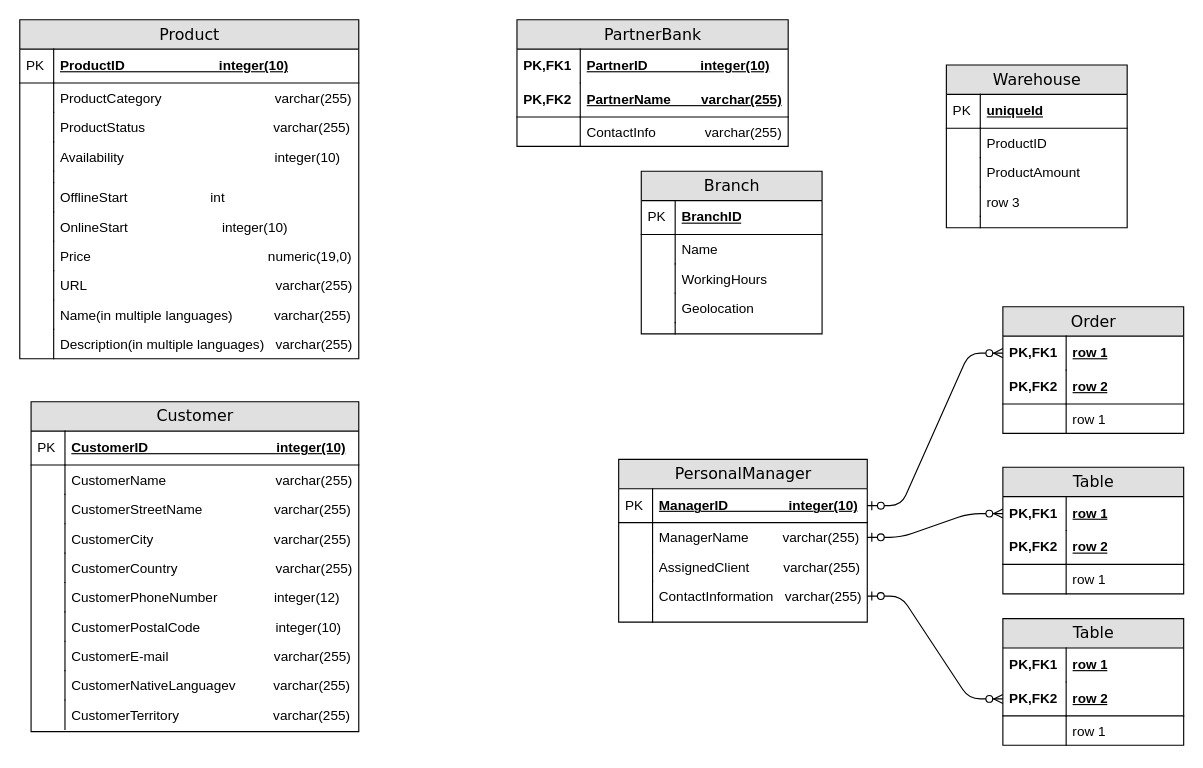
marymakayeva/Practise_project keeps this draw.io diagram as ER for bank.drawio. Above is the earlier version. Source tidied: cells renumbered, new cells numbered last; positions are measured from the earlier drawing's top-left corner, leaving out a move shared by most shapes. Both pictures are drawn from the tidied source at 113%, with x=0, y=0 at pixel (19, 19).
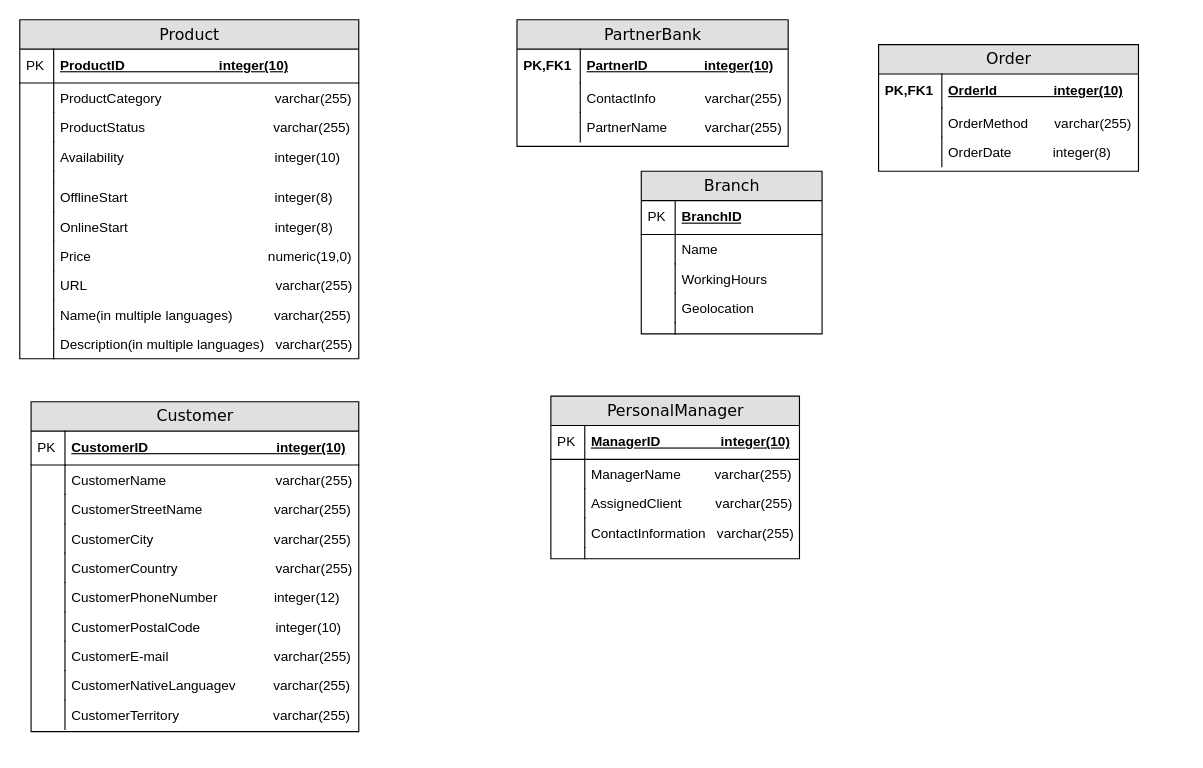
The same diagram, later.

Unchanged cells that the change refers to:
```xml
<mxCell id="25" value="ManagerID&amp;nbsp; &amp;nbsp; &amp;nbsp; &amp;nbsp; &amp;nbsp; &amp;nbsp; &amp;nbsp; &amp;nbsp; integer(10)" style="shape=partialRectangle;top=0;left=0;right=0;bottom=1;html=1;align=left;verticalAlign=middle;fillColor=none;spacingLeft=34;spacingRight=4;whiteSpace=wrap;overflow=hidden;points=[[0,0.5],[1,0.5]];portConstraint=eastwest;fontStyle=5;" parent="24" vertex="1">
  <mxGeometry y="26" width="220" height="30" as="geometry" />
</mxCell>
<mxCell id="27" value="ManagerName&amp;nbsp; &amp;nbsp; &amp;nbsp; &amp;nbsp; &amp;nbsp;varchar(255)" style="shape=partialRectangle;top=0;left=0;right=0;bottom=0;html=1;align=left;verticalAlign=top;fillColor=none;spacingLeft=34;spacingRight=4;whiteSpace=wrap;overflow=hidden;points=[[0,0.5],[1,0.5]];portConstraint=eastwest;" parent="24" vertex="1">
  <mxGeometry y="56" width="220" height="26" as="geometry" />
</mxCell>
<mxCell id="31" value="ContactInformation&amp;nbsp; &amp;nbsp;varchar(255)" style="shape=partialRectangle;top=0;left=0;right=0;bottom=0;html=1;align=left;verticalAlign=top;fillColor=none;spacingLeft=34;spacingRight=4;whiteSpace=wrap;overflow=hidden;points=[[0,0.5],[1,0.5]];portConstraint=eastwest;" parent="24" vertex="1">
  <mxGeometry y="108" width="220" height="26" as="geometry" />
</mxCell>
<mxCell id="42" value="PartnerBank" style="swimlane;html=1;fontStyle=0;horizontal=1;startSize=26;fillColor=#e0e0e0;swimlaneFillColor=#ffffff;align=center;rounded=0;shadow=0;comic=0;labelBackgroundColor=none;strokeWidth=1;fontFamily=Verdana;fontSize=14;" parent="1" vertex="1">
  <mxGeometry x="440" width="240" height="112" as="geometry" />
</mxCell>
<mxCell id="87" value="Product" style="swimlane;html=1;fontStyle=0;horizontal=1;startSize=26;fillColor=#e0e0e0;swimlaneFillColor=#ffffff;align=center;rounded=0;shadow=0;comic=0;labelBackgroundColor=none;strokeWidth=1;fontFamily=Verdana;fontSize=14;swimlaneLine=1;" parent="1" vertex="1">
  <mxGeometry width="300" height="300" as="geometry" />
</mxCell>
```

What changed in the source:
```diff
@@
-    <mxCell id="13" value="Warehouse" style="swimlane;html=1;fontStyle=0;horizontal=1;startSize=26;fillColor=#e0e0e0;swimlaneFillColor=#ffffff;align=center;rounded=0;shadow=0;comic=0;labelBackgroundColor=none;strokeWidth=1;fontFamily=Verdana;fontSize=14;" parent="1" vertex="1">
-      <mxGeometry x="820" y="40" width="160" height="144" as="geometry" />
-    </mxCell>
-    <mxCell id="14" value="uniqueId" style="shape=partialRectangle;top=0;left=0;right=0;bottom=1;html=1;align=left;verticalAlign=middle;fillColor=none;spacingLeft=34;spacingRight=4;whiteSpace=wrap;overflow=hidden;fontStyle=5;" parent="13" vertex="1">
-      <mxGeometry y="26" width="160" height="30" as="geometry" />
-    </mxCell>
-    <mxCell id="15" value="PK" style="shape=partialRectangle;top=0;left=0;bottom=0;html=1;fillColor=none;align=left;verticalAlign=middle;spacingLeft=4;spacingRight=4;whiteSpace=wrap;overflow=hidden;" parent="14" vertex="1">
-      <mxGeometry width="30" height="30" as="geometry" />
-    </mxCell>
-    <mxCell id="16" value="ProductID" style="shape=partialRectangle;top=0;left=0;right=0;bottom=0;html=1;align=left;verticalAlign=top;fillColor=none;spacingLeft=34;spacingRight=4;whiteSpace=wrap;overflow=hidden;" parent="13" vertex="1">
-      <mxGeometry y="56" width="160" height="26" as="geometry" />
-    </mxCell>
-    <mxCell id="17" style="shape=partialRectangle;top=0;left=0;bottom=0;html=1;fillColor=none;align=left;verticalAlign=top;spacingLeft=4;spacingRight=4;whiteSpace=wrap;overflow=hidden;" parent="16" vertex="1">
-      <mxGeometry width="30" height="26" as="geometry" />
-    </mxCell>
-    <mxCell id="18" value="ProductAmount" style="shape=partialRectangle;top=0;left=0;right=0;bottom=0;html=1;align=left;verticalAlign=top;fillColor=none;spacingLeft=34;spacingRight=4;whiteSpace=wrap;overflow=hidden;" parent="13" vertex="1">
-      <mxGeometry y="82" width="160" height="26" as="geometry" />
-    </mxCell>
-    <mxCell id="19" style="shape=partialRectangle;top=0;left=0;bottom=0;html=1;fillColor=none;align=left;verticalAlign=top;spacingLeft=4;spacingRight=4;whiteSpace=wrap;overflow=hidden;" parent="18" vertex="1">
-      <mxGeometry width="30" height="26" as="geometry" />
-    </mxCell>
-    <mxCell id="20" value="row 3" style="shape=partialRectangle;top=0;left=0;right=0;bottom=0;html=1;align=left;verticalAlign=top;fillColor=none;spacingLeft=34;spacingRight=4;whiteSpace=wrap;overflow=hidden;" parent="13" vertex="1">
-      <mxGeometry y="108" width="160" height="26" as="geometry" />
-    </mxCell>
-    <mxCell id="21" style="shape=partialRectangle;top=0;left=0;bottom=0;html=1;fillColor=none;align=left;verticalAlign=top;spacingLeft=4;spacingRight=4;whiteSpace=wrap;overflow=hidden;" parent="20" vertex="1">
-      <mxGeometry width="30" height="26" as="geometry" />
-    </mxCell>
-    <mxCell id="22" style="shape=partialRectangle;top=0;left=0;right=0;bottom=0;html=1;align=left;verticalAlign=top;fillColor=none;spacingLeft=34;spacingRight=4;whiteSpace=wrap;overflow=hidden;" parent="13" vertex="1">
-      <mxGeometry y="134" width="160" height="10" as="geometry" />
-    </mxCell>
-    <mxCell id="23" style="shape=partialRectangle;top=0;left=0;bottom=0;html=1;fillColor=none;align=left;verticalAlign=top;spacingLeft=4;spacingRight=4;whiteSpace=wrap;overflow=hidden;" parent="22" vertex="1">
-      <mxGeometry width="30" height="10" as="geometry" />
-    </mxCell>
     <mxCell id="24" value="PersonalManager" style="swimlane;html=1;fontStyle=0;horizontal=1;startSize=26;fillColor=#e0e0e0;swimlaneFillColor=#ffffff;align=center;rounded=0;shadow=0;comic=0;labelBackgroundColor=none;strokeWidth=1;fontFamily=Verdana;fontSize=14;" parent="1" vertex="1">
-      <mxGeometry x="530" y="389" width="220" height="144" as="geometry" />
+      <mxGeometry x="470" y="333" width="220" height="144" as="geometry" />
     </mxCell>
@@
     <mxCell id="35" value="Order" style="swimlane;html=1;fontStyle=0;horizontal=1;startSize=26;fillColor=#e0e0e0;swimlaneFillColor=#ffffff;align=center;rounded=0;shadow=0;comic=0;labelBackgroundColor=none;strokeWidth=1;fontFamily=Verdana;fontSize=14;" parent="1" vertex="1">
-      <mxGeometry x="870" y="254" width="160" height="112" as="geometry" />
+      <mxGeometry x="760" y="22" width="230" height="112" as="geometry" />
     </mxCell>
-    <mxCell id="36" value="row 1" style="shape=partialRectangle;top=0;left=0;right=0;bottom=0;html=1;align=left;verticalAlign=middle;fillColor=none;spacingLeft=60;spacingRight=4;whiteSpace=wrap;overflow=hidden;points=[[0,0.5],[1,0.5]];portConstraint=eastwest;fontStyle=5;" parent="35" vertex="1">
-      <mxGeometry y="26" width="160" height="30" as="geometry" />
+    <mxCell id="36" value="OrderId&amp;nbsp; &amp;nbsp; &amp;nbsp; &amp;nbsp; &amp;nbsp; &amp;nbsp; &amp;nbsp; &amp;nbsp;integer(10)" style="shape=partialRectangle;top=0;left=0;right=0;bottom=0;html=1;align=left;verticalAlign=middle;fillColor=none;spacingLeft=60;spacingRight=4;whiteSpace=wrap;overflow=hidden;points=[[0,0.5],[1,0.5]];portConstraint=eastwest;fontStyle=5;strokeColor=#000000;" parent="35" vertex="1">
+      <mxGeometry y="26" width="230" height="30" as="geometry" />
     </mxCell>
@@
-    <mxCell id="38" value="row 2" style="shape=partialRectangle;top=0;left=0;right=0;bottom=1;html=1;align=left;verticalAlign=middle;fillColor=none;spacingLeft=60;spacingRight=4;whiteSpace=wrap;overflow=hidden;fontStyle=5;" parent="35" vertex="1">
-      <mxGeometry y="56" width="160" height="30" as="geometry" />
-    </mxCell>
-    <mxCell id="39" value="PK,FK2" style="shape=partialRectangle;fontStyle=1;top=0;left=0;bottom=0;html=1;fillColor=none;align=left;verticalAlign=middle;spacingLeft=4;spacingRight=4;whiteSpace=wrap;overflow=hidden;" parent="38" vertex="1">
-      <mxGeometry width="56" height="30" as="geometry" />
-    </mxCell>
-    <mxCell id="40" value="row 1" style="shape=partialRectangle;top=0;left=0;right=0;bottom=0;html=1;align=left;verticalAlign=top;fillColor=none;spacingLeft=60;spacingRight=4;whiteSpace=wrap;overflow=hidden;" parent="35" vertex="1">
-      <mxGeometry y="86" width="160" height="26" as="geometry" />
+    <mxCell id="40" value="OrderMethod&amp;nbsp; &amp;nbsp; &amp;nbsp; &amp;nbsp;varchar(255)" style="shape=partialRectangle;top=0;left=0;right=0;bottom=0;html=1;align=left;verticalAlign=top;fillColor=none;spacingLeft=60;spacingRight=4;whiteSpace=wrap;overflow=hidden;" parent="35" vertex="1">
+      <mxGeometry y="56" width="230" height="26" as="geometry" />
     </mxCell>
@@
+    <mxCell id="110" value="OrderDate&amp;nbsp; &amp;nbsp; &amp;nbsp; &amp;nbsp; &amp;nbsp; &amp;nbsp;integer(8)" style="shape=partialRectangle;top=0;left=0;right=0;bottom=0;html=1;align=left;verticalAlign=top;fillColor=none;spacingLeft=60;spacingRight=4;whiteSpace=wrap;overflow=hidden;" parent="35" vertex="1">
+      <mxGeometry y="82" width="230" height="26" as="geometry" />
+    </mxCell>
+    <mxCell id="111" style="shape=partialRectangle;top=0;left=0;bottom=0;html=1;fillColor=none;align=left;verticalAlign=top;spacingLeft=4;spacingRight=4;whiteSpace=wrap;overflow=hidden;" parent="110" vertex="1">
+      <mxGeometry width="56" height="26" as="geometry" />
+    </mxCell>
@@
-    <mxCell id="43" value="PartnerID&amp;nbsp; &amp;nbsp; &amp;nbsp; &amp;nbsp; &amp;nbsp; &amp;nbsp; &amp;nbsp; integer(10)" style="shape=partialRectangle;top=0;left=0;right=0;bottom=0;html=1;align=left;verticalAlign=middle;fillColor=none;spacingLeft=60;spacingRight=4;whiteSpace=wrap;overflow=hidden;fontStyle=5;" parent="42" vertex="1">
+    <mxCell id="43" value="PartnerID&amp;nbsp; &amp;nbsp; &amp;nbsp; &amp;nbsp; &amp;nbsp; &amp;nbsp; &amp;nbsp; &amp;nbsp;integer(10)" style="shape=partialRectangle;top=0;left=0;right=0;bottom=0;html=1;align=left;verticalAlign=middle;fillColor=none;spacingLeft=60;spacingRight=4;whiteSpace=wrap;overflow=hidden;fontStyle=5;" parent="42" vertex="1">
       <mxGeometry y="26" width="240" height="30" as="geometry" />
     </mxCell>
@@
-    <mxCell id="45" value="PartnerName&amp;nbsp; &amp;nbsp; &amp;nbsp; &amp;nbsp; varchar(255)" style="shape=partialRectangle;top=0;left=0;right=0;bottom=1;html=1;align=left;verticalAlign=middle;fillColor=none;spacingLeft=60;spacingRight=4;whiteSpace=wrap;overflow=hidden;fontStyle=5;" parent="42" vertex="1">
-      <mxGeometry y="56" width="240" height="30" as="geometry" />
-    </mxCell>
-    <mxCell id="46" value="PK,FK2" style="shape=partialRectangle;fontStyle=1;top=0;left=0;bottom=0;html=1;fillColor=none;align=left;verticalAlign=middle;spacingLeft=4;spacingRight=4;whiteSpace=wrap;overflow=hidden;" parent="45" vertex="1">
-      <mxGeometry width="56" height="30" as="geometry" />
-    </mxCell>
     <mxCell id="47" value="ContactInfo&amp;nbsp; &amp;nbsp; &amp;nbsp; &amp;nbsp; &amp;nbsp; &amp;nbsp; &amp;nbsp;varchar(255)" style="shape=partialRectangle;top=0;left=0;right=0;bottom=0;html=1;align=left;verticalAlign=top;fillColor=none;spacingLeft=60;spacingRight=4;whiteSpace=wrap;overflow=hidden;" parent="42" vertex="1">
-      <mxGeometry y="86" width="240" height="26" as="geometry" />
+      <mxGeometry y="56" width="240" height="26" as="geometry" />
     </mxCell>
@@
-    <mxCell id="49" style="edgeStyle=entityRelationEdgeStyle;html=1;endArrow=ERzeroToMany;startArrow=ERzeroToOne;labelBackgroundColor=none;fontFamily=Verdana;fontSize=14;entryX=0;entryY=0.5;exitX=1;exitY=0.5;" parent="1" edge="1" source="25" target="36">
-      <mxGeometry relative="1" as="geometry" />
-    </mxCell>
-    <mxCell id="50" value="Table" style="swimlane;html=1;fontStyle=0;horizontal=1;startSize=26;fillColor=#e0e0e0;swimlaneFillColor=#ffffff;align=center;rounded=0;shadow=0;comic=0;labelBackgroundColor=none;strokeWidth=1;fontFamily=Verdana;fontSize=14;" parent="1" vertex="1">
-      <mxGeometry x="870" y="396" width="160" height="112" as="geometry" />
-    </mxCell>
-    <mxCell id="51" value="row 1" style="shape=partialRectangle;top=0;left=0;right=0;bottom=0;html=1;align=left;verticalAlign=middle;fillColor=none;spacingLeft=60;spacingRight=4;whiteSpace=wrap;overflow=hidden;points=[[0,0.5],[1,0.5]];portConstraint=eastwest;fontStyle=5;" parent="50" vertex="1">
-      <mxGeometry y="26" width="160" height="30" as="geometry" />
-    </mxCell>
-    <mxCell id="52" value="PK,FK1" style="shape=partialRectangle;fontStyle=1;top=0;left=0;bottom=0;html=1;fillColor=none;align=left;verticalAlign=middle;spacingLeft=4;spacingRight=4;whiteSpace=wrap;overflow=hidden;" parent="51" vertex="1">
-      <mxGeometry width="56" height="30" as="geometry" />
-    </mxCell>
-    <mxCell id="53" value="row 2" style="shape=partialRectangle;top=0;left=0;right=0;bottom=1;html=1;align=left;verticalAlign=middle;fillColor=none;spacingLeft=60;spacingRight=4;whiteSpace=wrap;overflow=hidden;fontStyle=5;" parent="50" vertex="1">
-      <mxGeometry y="56" width="160" height="30" as="geometry" />
-    </mxCell>
-    <mxCell id="54" value="PK,FK2" style="shape=partialRectangle;fontStyle=1;top=0;left=0;bottom=0;html=1;fillColor=none;align=left;verticalAlign=middle;spacingLeft=4;spacingRight=4;whiteSpace=wrap;overflow=hidden;" parent="53" vertex="1">
-      <mxGeometry width="56" height="30" as="geometry" />
-    </mxCell>
-    <mxCell id="55" value="row 1" style="shape=partialRectangle;top=0;left=0;right=0;bottom=0;html=1;align=left;verticalAlign=top;fillColor=none;spacingLeft=60;spacingRight=4;whiteSpace=wrap;overflow=hidden;" parent="50" vertex="1">
-      <mxGeometry y="86" width="160" height="26" as="geometry" />
-    </mxCell>
-    <mxCell id="56" style="shape=partialRectangle;top=0;left=0;bottom=0;html=1;fillColor=none;align=left;verticalAlign=top;spacingLeft=4;spacingRight=4;whiteSpace=wrap;overflow=hidden;" parent="55" vertex="1">
-      <mxGeometry width="56" height="26" as="geometry" />
-    </mxCell>
-    <mxCell id="57" value="Table" style="swimlane;html=1;fontStyle=0;horizontal=1;startSize=26;fillColor=#e0e0e0;swimlaneFillColor=#ffffff;align=center;rounded=0;shadow=0;comic=0;labelBackgroundColor=none;strokeWidth=1;fontFamily=Verdana;fontSize=14;" parent="1" vertex="1">
-      <mxGeometry x="870" y="530" width="160" height="112" as="geometry" />
-    </mxCell>
-    <mxCell id="58" value="row 1" style="shape=partialRectangle;top=0;left=0;right=0;bottom=0;html=1;align=left;verticalAlign=middle;fillColor=none;spacingLeft=60;spacingRight=4;whiteSpace=wrap;overflow=hidden;fontStyle=5;" parent="57" vertex="1">
-      <mxGeometry y="26" width="160" height="30" as="geometry" />
-    </mxCell>
-    <mxCell id="59" value="PK,FK1" style="shape=partialRectangle;fontStyle=1;top=0;left=0;bottom=0;html=1;fillColor=none;align=left;verticalAlign=middle;spacingLeft=4;spacingRight=4;whiteSpace=wrap;overflow=hidden;" parent="58" vertex="1">
-      <mxGeometry width="56" height="30" as="geometry" />
-    </mxCell>
-    <mxCell id="60" value="row 2" style="shape=partialRectangle;top=0;left=0;right=0;bottom=1;html=1;align=left;verticalAlign=middle;fillColor=none;spacingLeft=60;spacingRight=4;whiteSpace=wrap;overflow=hidden;points=[[0,0.5],[1,0.5]];portConstraint=eastwest;fontStyle=5;" parent="57" vertex="1">
-      <mxGeometry y="56" width="160" height="30" as="geometry" />
-    </mxCell>
-    <mxCell id="61" value="PK,FK2" style="shape=partialRectangle;fontStyle=1;top=0;left=0;bottom=0;html=1;fillColor=none;align=left;verticalAlign=middle;spacingLeft=4;spacingRight=4;whiteSpace=wrap;overflow=hidden;" parent="60" vertex="1">
-      <mxGeometry width="56" height="30" as="geometry" />
-    </mxCell>
-    <mxCell id="62" value="row 1" style="shape=partialRectangle;top=0;left=0;right=0;bottom=0;html=1;align=left;verticalAlign=top;fillColor=none;spacingLeft=60;spacingRight=4;whiteSpace=wrap;overflow=hidden;" parent="57" vertex="1">
-      <mxGeometry y="86" width="160" height="26" as="geometry" />
-    </mxCell>
-    <mxCell id="63" style="shape=partialRectangle;top=0;left=0;bottom=0;html=1;fillColor=none;align=left;verticalAlign=top;spacingLeft=4;spacingRight=4;whiteSpace=wrap;overflow=hidden;" parent="62" vertex="1">
-      <mxGeometry width="56" height="26" as="geometry" />
-    </mxCell>
-    <mxCell id="64" style="edgeStyle=entityRelationEdgeStyle;html=1;endArrow=ERzeroToMany;startArrow=ERzeroToOne;labelBackgroundColor=none;fontFamily=Verdana;fontSize=14;entryX=0;entryY=0.5;exitX=1;exitY=0.5;" parent="1" edge="1" source="27" target="51">
-      <mxGeometry relative="1" as="geometry" />
-    </mxCell>
-    <mxCell id="65" style="edgeStyle=entityRelationEdgeStyle;html=1;endArrow=ERzeroToMany;startArrow=ERzeroToOne;labelBackgroundColor=none;fontFamily=Verdana;fontSize=14;entryX=0;entryY=0.5;exitX=1;exitY=0.5;" parent="1" edge="1" source="31" target="60">
-      <mxGeometry relative="1" as="geometry" />
-    </mxCell>
+    <mxCell id="45" value="&lt;span style=&quot;caret-color: rgb(51, 144, 236); white-space-collapse: preserve; background-color: rgb(255, 255, 255);&quot;&gt;&lt;font style=&quot;font-size: 12px;&quot; face=&quot;Helvetica&quot;&gt;PartnerName          varchar(255)&lt;/font&gt;&lt;/span&gt;" style="shape=partialRectangle;top=0;left=0;right=0;bottom=0;html=1;align=left;verticalAlign=top;fillColor=none;spacingLeft=60;spacingRight=4;whiteSpace=wrap;overflow=hidden;" parent="42" vertex="1">
+      <mxGeometry y="82" width="240" height="26" as="geometry" />
+    </mxCell>
+    <mxCell id="112" style="shape=partialRectangle;top=0;left=0;bottom=0;html=1;fillColor=none;align=left;verticalAlign=top;spacingLeft=4;spacingRight=4;whiteSpace=wrap;overflow=hidden;" parent="45" vertex="1">
+      <mxGeometry width="56" height="26" as="geometry" />
+    </mxCell>
@@
-    <mxCell id="98" value="OfflineStart&amp;nbsp; &amp;nbsp; &amp;nbsp; &amp;nbsp; &amp;nbsp; &amp;nbsp; &amp;nbsp; &amp;nbsp; &amp;nbsp; &amp;nbsp; &amp;nbsp; int" style="shape=partialRectangle;top=0;left=0;right=0;bottom=0;html=1;align=left;verticalAlign=top;fillColor=none;spacingLeft=34;spacingRight=4;whiteSpace=wrap;overflow=hidden;" parent="87" vertex="1">
+    <mxCell id="98" value="OfflineStart&amp;nbsp; &amp;nbsp; &amp;nbsp; &amp;nbsp; &amp;nbsp; &amp;nbsp; &amp;nbsp; &amp;nbsp; &amp;nbsp; &amp;nbsp; &amp;nbsp; &amp;nbsp; &amp;nbsp; &amp;nbsp; &amp;nbsp; &amp;nbsp; &amp;nbsp; &amp;nbsp; &amp;nbsp; &amp;nbsp;integer(8)" style="shape=partialRectangle;top=0;left=0;right=0;bottom=0;html=1;align=left;verticalAlign=top;fillColor=none;spacingLeft=34;spacingRight=4;whiteSpace=wrap;overflow=hidden;" parent="87" vertex="1">
       <mxGeometry y="144" width="300" height="26" as="geometry" />
     </mxCell>
@@
-    <mxCell id="100" value="OnlineStart&amp;nbsp; &amp;nbsp; &amp;nbsp; &amp;nbsp; &amp;nbsp; &amp;nbsp; &amp;nbsp; &amp;nbsp; &amp;nbsp; &amp;nbsp; &amp;nbsp; &amp;nbsp; &amp;nbsp;integer(10)" style="shape=partialRectangle;top=0;left=0;right=0;bottom=0;html=1;align=left;verticalAlign=top;fillColor=none;spacingLeft=34;spacingRight=4;whiteSpace=wrap;overflow=hidden;" parent="87" vertex="1">
+    <mxCell id="100" value="OnlineStart&amp;nbsp; &amp;nbsp; &amp;nbsp; &amp;nbsp; &amp;nbsp; &amp;nbsp; &amp;nbsp; &amp;nbsp; &amp;nbsp; &amp;nbsp; &amp;nbsp; &amp;nbsp; &amp;nbsp; &amp;nbsp; &amp;nbsp; &amp;nbsp; &amp;nbsp; &amp;nbsp; &amp;nbsp; &amp;nbsp;integer(8)" style="shape=partialRectangle;top=0;left=0;right=0;bottom=0;html=1;align=left;verticalAlign=top;fillColor=none;spacingLeft=34;spacingRight=4;whiteSpace=wrap;overflow=hidden;" parent="87" vertex="1">
       <mxGeometry y="170" width="300" height="26" as="geometry" />
     </mxCell>
```
